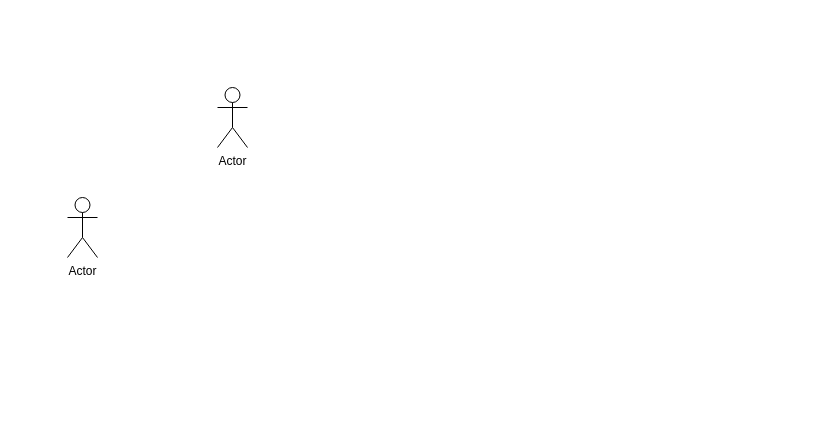
Earlier version of the draw.io diagram Untitled Diagram.drawio (adhamfayrouzamf/drawio). Source tidied: cells renumbered, new cells numbered last; positions are measured from the earlier drawing's top-left corner, leaving out a move shared by most shapes. Both pictures are drawn from the tidied source at 100%, with x=0, y=0 at pixel (67, 87).
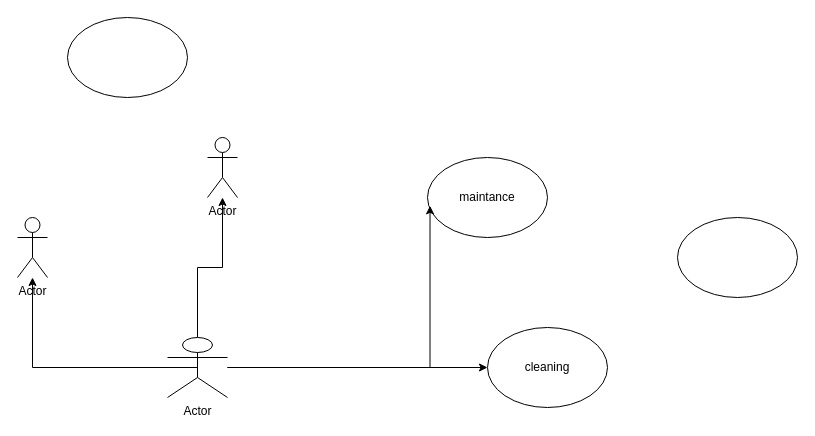
Above is the later version.

Diff of the diagram source:
```diff
@@
 <mxGraphModel>
   <root>
     <mxCell id="0" />
     <mxCell id="1" parent="0" />
     <mxCell id="2" value="Actor" style="shape=umlActor;verticalLabelPosition=bottom;verticalAlign=top;html=1;outlineConnect=0;" parent="1" vertex="1">
-      <mxGeometry x="150" width="30" height="60" as="geometry" />
+      <mxGeometry x="140" y="50" width="30" height="60" as="geometry" />
     </mxCell>
     <mxCell id="3" value="Actor" style="shape=umlActor;verticalLabelPosition=bottom;verticalAlign=top;html=1;outlineConnect=0;" parent="1" vertex="1">
-      <mxGeometry y="110" width="30" height="60" as="geometry" />
+      <mxGeometry x="-50" y="130" width="30" height="60" as="geometry" />
     </mxCell>
+    <mxCell id="4" style="ellipse;whiteSpace=wrap;html=1;" parent="1" vertex="1">
+      <mxGeometry y="-70" width="120" height="80" as="geometry" />
+    </mxCell>
+    <mxCell id="5" value="maintance" style="ellipse;whiteSpace=wrap;html=1;" parent="1" vertex="1">
+      <mxGeometry x="360" y="70" width="120" height="80" as="geometry" />
+    </mxCell>
+    <mxCell id="6" style="edgeStyle=orthogonalEdgeStyle;rounded=0;jettySize=auto;html=1;" parent="1" edge="1" source="10" target="2">
+      <mxGeometry relative="1" as="geometry" />
+    </mxCell>
+    <mxCell id="7" style="edgeStyle=orthogonalEdgeStyle;rounded=0;jettySize=auto;html=1;exitX=0.5;exitY=0.5;exitDx=0;exitDy=0;exitPerimeter=0;" parent="1" edge="1" source="10" target="3">
+      <mxGeometry relative="1" as="geometry" />
+    </mxCell>
+    <mxCell id="8" style="edgeStyle=orthogonalEdgeStyle;rounded=0;jettySize=auto;html=1;entryX=0.021;entryY=0.604;entryDx=0;entryDy=0;entryPerimeter=0;" parent="1" edge="1" source="10" target="5">
+      <mxGeometry relative="1" as="geometry" />
+    </mxCell>
+    <mxCell id="9" style="edgeStyle=orthogonalEdgeStyle;rounded=0;jettySize=auto;html=1;" parent="1" edge="1" source="10" target="11">
+      <mxGeometry relative="1" as="geometry" />
+    </mxCell>
+    <mxCell id="10" value="Actor" style="shape=umlActor;verticalLabelPosition=bottom;verticalAlign=top;html=1;outlineConnect=0;" parent="1" vertex="1">
+      <mxGeometry x="100" y="250" width="60" height="60" as="geometry" />
+    </mxCell>
+    <mxCell id="11" value="cleaning" style="ellipse;whiteSpace=wrap;html=1;" parent="1" vertex="1">
+      <mxGeometry x="420" y="240" width="120" height="80" as="geometry" />
+    </mxCell>
+    <mxCell id="12" style="ellipse;whiteSpace=wrap;html=1;" parent="1" vertex="1">
+      <mxGeometry x="610" y="130" width="120" height="80" as="geometry" />
+    </mxCell>
   </root>
 </mxGraphModel>
```
